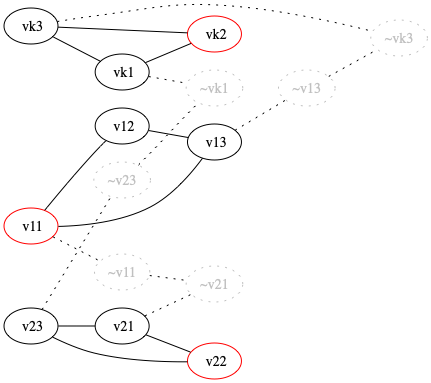
This is textbook.png from AndrewHarrisSPU/satset, a Graphviz export, as it was before one commit. Its source is kept beside it as textbook.dot.
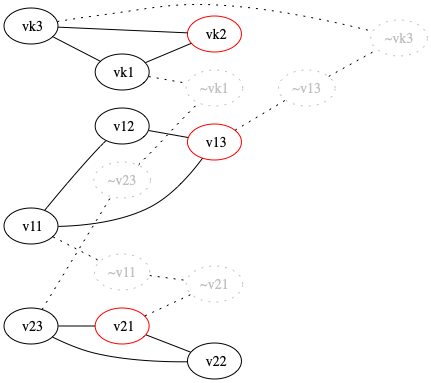
Above is the later version.

What changed in the source:
```diff
@@ -1,13 +1,13 @@
 strict graph {
 	rankdir = LR;
-	node [ color = red    ] " v11"
+	node [ color = black    ] " v11"
 	node [ color = black    ] " v12"
-	node [ color = black    ] " v13"
+	node [ color = red    ] " v13"
 	" v11" -- " v12"
 	" v12" -- " v13"
 	" v13" -- " v11"
-	node [ color = black    ] " v21"
-	node [ color = red    ] " v22"
+	node [ color = red    ] " v21"
+	node [ color = black    ] " v22"
 	node [ color = black    ] " v23"
 	" v21" -- " v22"
 	" v22" -- " v23"
@@ -27,10 +27,10 @@
 	node [ color = gray fontcolor = gray pos = "-10,0!" style = dotted ] "~v23"
 	node [ color = gray fontcolor = gray pos = "-10,0!" style = dotted ] "~vk1"
 	"~v23" -- "~vk1" [ style = dotted ]
+	" v23" -- "~v23" [ style = dotted ]
+	" v11" -- "~v11" [ style = dotted ]
 	" v13" -- "~v13" [ style = dotted ]
-	" v11" -- "~v11" [ style = dotted ]
-	" v23" -- "~v23" [ style = dotted ]
-	" v21" -- "~v21" [ style = dotted ]
 	" vk3" -- "~vk3" [ style = dotted ]
 	" vk1" -- "~vk1" [ style = dotted ]
+	" v21" -- "~v21" [ style = dotted ]
 }
```
